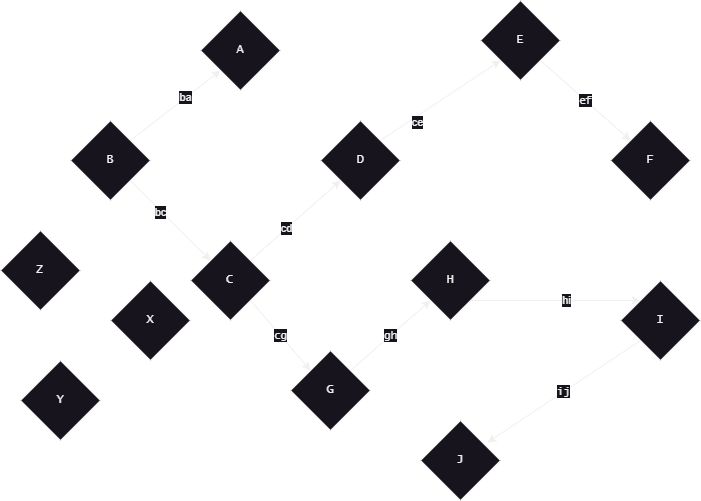
Earlier version of the draw.io export readme_src/sample_graph_arborescence.png (crane-9/cs260). Source tidied: cells renumbered, new cells last; positions are measured from the earlier drawing's top-left corner, leaving out a move shared by most shapes. The source it was exported from:
```xml
<mxGraphModel>
  <root>
    <mxCell id="0" />
    <mxCell id="1" parent="0" />
    <mxCell id="2" style="rounded=0;jettySize=auto;html=1;exitX=1;exitY=0;exitDx=0;exitDy=0;entryX=0;entryY=1;entryDx=0;entryDy=0;fontFamily=Lucida Console;strokeColor=default;" parent="1" edge="1" source="8" target="5">
      <mxGeometry relative="1" as="geometry" />
    </mxCell>
    <mxCell id="3" style="rounded=0;jettySize=auto;html=1;exitX=0;exitY=1;exitDx=0;exitDy=0;entryX=1;entryY=0;entryDx=0;entryDy=0;fontFamily=Lucida Console;strokeColor=none;" parent="1" edge="1" source="5" target="8">
      <mxGeometry relative="1" as="geometry" />
    </mxCell>
    <mxCell id="4" value="ba" style="edgeLabel;html=1;align=center;verticalAlign=middle;" parent="3" vertex="1">
      <mxGeometry x="-0.24" y="-1" relative="1" as="geometry" />
    </mxCell>
    <mxCell id="5" value="A" style="rhombus;whiteSpace=wrap;html=1;fontFamily=Lucida Console;" parent="1" vertex="1">
      <mxGeometry x="200" y="10" width="80" height="80" as="geometry" />
    </mxCell>
    <mxCell id="6" style="rounded=0;jettySize=auto;html=1;exitX=1;exitY=1;exitDx=0;exitDy=0;entryX=0;entryY=0;entryDx=0;entryDy=0;fontFamily=Lucida Console;" parent="1" edge="1" source="8" target="12">
      <mxGeometry relative="1" as="geometry" />
    </mxCell>
    <mxCell id="7" value="bc" style="edgeLabel;html=1;align=center;verticalAlign=middle;" parent="6" vertex="1">
      <mxGeometry x="-0.24" y="-1" relative="1" as="geometry" />
    </mxCell>
    <mxCell id="8" value="B" style="rhombus;whiteSpace=wrap;html=1;fontFamily=Lucida Console;" parent="1" vertex="1">
      <mxGeometry x="70" y="120" width="80" height="80" as="geometry" />
    </mxCell>
    <mxCell id="9" style="rounded=0;jettySize=auto;html=1;exitX=1;exitY=0;exitDx=0;exitDy=0;entryX=0;entryY=1;entryDx=0;entryDy=0;fontFamily=Lucida Console;" parent="1" edge="1" source="12" target="16">
      <mxGeometry relative="1" as="geometry" />
    </mxCell>
    <mxCell id="10" value="cd" style="edgeLabel;html=1;align=center;verticalAlign=middle;" parent="9" vertex="1">
      <mxGeometry x="-0.2" y="1" relative="1" as="geometry" />
    </mxCell>
    <mxCell id="11" value="cg" style="rounded=0;jettySize=auto;html=1;exitX=1;exitY=1;exitDx=0;exitDy=0;entryX=0;entryY=0;entryDx=0;entryDy=0;fontFamily=Lucida Console;" parent="1" edge="1" source="12" target="26">
      <mxGeometry relative="1" as="geometry" />
    </mxCell>
    <mxCell id="12" value="C" style="rhombus;whiteSpace=wrap;html=1;fontFamily=Lucida Console;" parent="1" vertex="1">
      <mxGeometry x="190" y="240" width="80" height="80" as="geometry" />
    </mxCell>
    <mxCell id="13" style="rounded=0;jettySize=auto;html=1;exitX=1;exitY=0;exitDx=0;exitDy=0;entryX=0;entryY=1;entryDx=0;entryDy=0;fontFamily=Lucida Console;" parent="1" edge="1" source="16" target="18">
      <mxGeometry relative="1" as="geometry" />
    </mxCell>
    <mxCell id="14" value="ce" style="edgeLabel;html=1;align=center;verticalAlign=middle;" parent="13" vertex="1">
      <mxGeometry x="-0.43" y="-5" relative="1" as="geometry" />
    </mxCell>
    <mxCell id="15" style="rounded=0;jettySize=auto;html=1;exitX=0;exitY=0;exitDx=0;exitDy=0;entryX=1;entryY=1;entryDx=0;entryDy=0;fontFamily=Lucida Console;strokeColor=none;" parent="1" edge="1" source="16" target="5">
      <mxGeometry relative="1" as="geometry" />
    </mxCell>
    <mxCell id="16" value="D" style="rhombus;whiteSpace=wrap;html=1;fontFamily=Lucida Console;" parent="1" vertex="1">
      <mxGeometry x="320" y="120" width="80" height="80" as="geometry" />
    </mxCell>
    <mxCell id="17" value="ef" style="rounded=0;jettySize=auto;html=1;exitX=1;exitY=1;exitDx=0;exitDy=0;entryX=0;entryY=0;entryDx=0;entryDy=0;fontFamily=Lucida Console;" parent="1" edge="1" source="18" target="19">
      <mxGeometry relative="1" as="geometry" />
    </mxCell>
    <mxCell id="18" value="E" style="rhombus;whiteSpace=wrap;html=1;fontFamily=Lucida Console;" parent="1" vertex="1">
      <mxGeometry x="480" width="80" height="80" as="geometry" />
    </mxCell>
    <mxCell id="19" value="F" style="rhombus;whiteSpace=wrap;html=1;fontFamily=Lucida Console;" parent="1" vertex="1">
      <mxGeometry x="610" y="120" width="80" height="80" as="geometry" />
    </mxCell>
    <mxCell id="20" style="rounded=0;jettySize=auto;html=1;exitX=0;exitY=1;exitDx=0;exitDy=0;entryX=1;entryY=0;entryDx=0;entryDy=0;strokeColor=none;" parent="1" edge="1" source="21" target="23">
      <mxGeometry relative="1" as="geometry" />
    </mxCell>
    <mxCell id="21" value="X" style="rhombus;whiteSpace=wrap;html=1;fontFamily=Lucida Console;" parent="1" vertex="1">
      <mxGeometry x="110" y="280" width="80" height="80" as="geometry" />
    </mxCell>
    <mxCell id="22" style="rounded=0;jettySize=auto;html=1;exitX=1;exitY=0;exitDx=0;exitDy=0;entryX=0;entryY=1;entryDx=0;entryDy=0;strokeColor=none;" parent="1" edge="1" source="23" target="21">
      <mxGeometry relative="1" as="geometry" />
    </mxCell>
    <mxCell id="23" value="Y" style="rhombus;whiteSpace=wrap;html=1;fontFamily=Lucida Console;" parent="1" vertex="1">
      <mxGeometry x="20" y="360" width="80" height="80" as="geometry" />
    </mxCell>
    <mxCell id="24" value="Z" style="rhombus;whiteSpace=wrap;html=1;fontFamily=Lucida Console;" parent="1" vertex="1">
      <mxGeometry y="230" width="80" height="80" as="geometry" />
    </mxCell>
    <mxCell id="25" value="gh" style="rounded=0;jettySize=auto;html=1;exitX=1;exitY=0;exitDx=0;exitDy=0;entryX=0;entryY=1;entryDx=0;entryDy=0;fontFamily=Lucida Console;" parent="1" edge="1" source="26" target="30">
      <mxGeometry relative="1" as="geometry" />
    </mxCell>
    <mxCell id="26" value="G" style="rhombus;whiteSpace=wrap;html=1;fontFamily=Lucida Console;" parent="1" vertex="1">
      <mxGeometry x="290" y="350" width="80" height="80" as="geometry" />
    </mxCell>
    <mxCell id="27" style="rounded=0;jettySize=auto;html=1;exitX=1;exitY=1;exitDx=0;exitDy=0;entryX=0;entryY=0;entryDx=0;entryDy=0;fontFamily=Lucida Console;" parent="1" edge="1" source="30" target="32">
      <mxGeometry relative="1" as="geometry" />
    </mxCell>
    <mxCell id="28" value="hi" style="edgeLabel;html=1;align=center;verticalAlign=middle;" parent="27" vertex="1">
      <mxGeometry x="0.12" y="1" relative="1" as="geometry" />
    </mxCell>
    <mxCell id="29" style="rounded=0;jettySize=auto;html=1;exitX=1;exitY=0;exitDx=0;exitDy=0;entryX=0;entryY=1;entryDx=0;entryDy=0;fontFamily=Lucida Console;strokeColor=none;" parent="1" edge="1" source="30" target="19">
      <mxGeometry relative="1" as="geometry" />
    </mxCell>
    <mxCell id="30" value="H" style="rhombus;whiteSpace=wrap;html=1;fontFamily=Lucida Console;" parent="1" vertex="1">
      <mxGeometry x="410" y="240" width="80" height="80" as="geometry" />
    </mxCell>
    <mxCell id="31" value="ij" style="rounded=0;jettySize=auto;html=1;exitX=0;exitY=1;exitDx=0;exitDy=0;entryX=0.838;entryY=0.275;entryDx=0;entryDy=0;entryPerimeter=0;fontFamily=Lucida Console;" parent="1" edge="1" source="32" target="34">
      <mxGeometry relative="1" as="geometry" />
    </mxCell>
    <mxCell id="32" value="I" style="rhombus;whiteSpace=wrap;html=1;fontFamily=Lucida Console;" parent="1" vertex="1">
      <mxGeometry x="620" y="280" width="80" height="80" as="geometry" />
    </mxCell>
    <mxCell id="33" style="rounded=0;jettySize=auto;html=1;exitX=0;exitY=0;exitDx=0;exitDy=0;entryX=0.5;entryY=1;entryDx=0;entryDy=0;fontFamily=Lucida Console;strokeColor=none;" parent="1" edge="1" source="34" target="30">
      <mxGeometry relative="1" as="geometry" />
    </mxCell>
    <mxCell id="34" value="J" style="rhombus;whiteSpace=wrap;html=1;fontFamily=Lucida Console;" parent="1" vertex="1">
      <mxGeometry x="420" y="420" width="80" height="80" as="geometry" />
    </mxCell>
  </root>
</mxGraphModel>
```
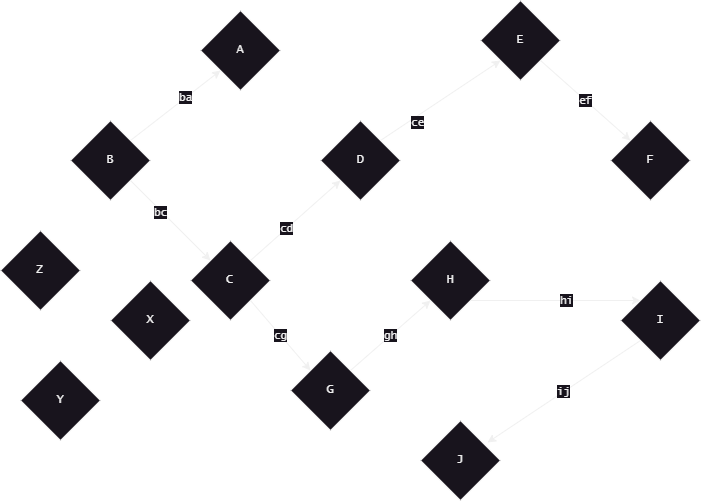
Later version of the same file.

Diff of the diagram source:
```diff
@@ -8,7 +8,7 @@
     <mxCell id="3" style="rounded=0;jettySize=auto;html=1;exitX=0;exitY=1;exitDx=0;exitDy=0;entryX=1;entryY=0;entryDx=0;entryDy=0;fontFamily=Lucida Console;strokeColor=none;" parent="1" edge="1" source="5" target="8">
       <mxGeometry relative="1" as="geometry" />
     </mxCell>
-    <mxCell id="4" value="ba" style="edgeLabel;html=1;align=center;verticalAlign=middle;" parent="3" vertex="1">
+    <mxCell id="4" value="ba" style="edgeLabel;html=1;align=center;verticalAlign=middle;fontFamily=Lucida Console;" parent="3" vertex="1">
       <mxGeometry x="-0.24" y="-1" relative="1" as="geometry" />
     </mxCell>
     <mxCell id="5" value="A" style="rhombus;whiteSpace=wrap;html=1;fontFamily=Lucida Console;" parent="1" vertex="1">
@@ -17,7 +17,7 @@
     <mxCell id="6" style="rounded=0;jettySize=auto;html=1;exitX=1;exitY=1;exitDx=0;exitDy=0;entryX=0;entryY=0;entryDx=0;entryDy=0;fontFamily=Lucida Console;" parent="1" edge="1" source="8" target="12">
       <mxGeometry relative="1" as="geometry" />
     </mxCell>
-    <mxCell id="7" value="bc" style="edgeLabel;html=1;align=center;verticalAlign=middle;" parent="6" vertex="1">
+    <mxCell id="7" value="bc" style="edgeLabel;html=1;align=center;verticalAlign=middle;fontFamily=Lucida Console;" parent="6" vertex="1">
       <mxGeometry x="-0.24" y="-1" relative="1" as="geometry" />
     </mxCell>
     <mxCell id="8" value="B" style="rhombus;whiteSpace=wrap;html=1;fontFamily=Lucida Console;" parent="1" vertex="1">
@@ -26,7 +26,7 @@
     <mxCell id="9" style="rounded=0;jettySize=auto;html=1;exitX=1;exitY=0;exitDx=0;exitDy=0;entryX=0;entryY=1;entryDx=0;entryDy=0;fontFamily=Lucida Console;" parent="1" edge="1" source="12" target="16">
       <mxGeometry relative="1" as="geometry" />
     </mxCell>
-    <mxCell id="10" value="cd" style="edgeLabel;html=1;align=center;verticalAlign=middle;" parent="9" vertex="1">
+    <mxCell id="10" value="cd" style="edgeLabel;html=1;align=center;verticalAlign=middle;fontFamily=Lucida Console;" parent="9" vertex="1">
       <mxGeometry x="-0.2" y="1" relative="1" as="geometry" />
     </mxCell>
     <mxCell id="11" value="cg" style="rounded=0;jettySize=auto;html=1;exitX=1;exitY=1;exitDx=0;exitDy=0;entryX=0;entryY=0;entryDx=0;entryDy=0;fontFamily=Lucida Console;" parent="1" edge="1" source="12" target="26">
@@ -38,7 +38,7 @@
     <mxCell id="13" style="rounded=0;jettySize=auto;html=1;exitX=1;exitY=0;exitDx=0;exitDy=0;entryX=0;entryY=1;entryDx=0;entryDy=0;fontFamily=Lucida Console;" parent="1" edge="1" source="16" target="18">
       <mxGeometry relative="1" as="geometry" />
     </mxCell>
-    <mxCell id="14" value="ce" style="edgeLabel;html=1;align=center;verticalAlign=middle;" parent="13" vertex="1">
+    <mxCell id="14" value="ce" style="edgeLabel;html=1;align=center;verticalAlign=middle;fontFamily=Lucida Console;" parent="13" vertex="1">
       <mxGeometry x="-0.43" y="-5" relative="1" as="geometry" />
     </mxCell>
     <mxCell id="15" style="rounded=0;jettySize=auto;html=1;exitX=0;exitY=0;exitDx=0;exitDy=0;entryX=1;entryY=1;entryDx=0;entryDy=0;fontFamily=Lucida Console;strokeColor=none;" parent="1" edge="1" source="16" target="5">
@@ -56,13 +56,13 @@
     <mxCell id="19" value="F" style="rhombus;whiteSpace=wrap;html=1;fontFamily=Lucida Console;" parent="1" vertex="1">
       <mxGeometry x="610" y="120" width="80" height="80" as="geometry" />
     </mxCell>
-    <mxCell id="20" style="rounded=0;jettySize=auto;html=1;exitX=0;exitY=1;exitDx=0;exitDy=0;entryX=1;entryY=0;entryDx=0;entryDy=0;strokeColor=none;" parent="1" edge="1" source="21" target="23">
+    <mxCell id="20" style="rounded=0;jettySize=auto;html=1;exitX=0;exitY=1;exitDx=0;exitDy=0;entryX=1;entryY=0;entryDx=0;entryDy=0;strokeColor=none;fontFamily=Lucida Console;" parent="1" edge="1" source="21" target="23">
       <mxGeometry relative="1" as="geometry" />
     </mxCell>
     <mxCell id="21" value="X" style="rhombus;whiteSpace=wrap;html=1;fontFamily=Lucida Console;" parent="1" vertex="1">
       <mxGeometry x="110" y="280" width="80" height="80" as="geometry" />
     </mxCell>
-    <mxCell id="22" style="rounded=0;jettySize=auto;html=1;exitX=1;exitY=0;exitDx=0;exitDy=0;entryX=0;entryY=1;entryDx=0;entryDy=0;strokeColor=none;" parent="1" edge="1" source="23" target="21">
+    <mxCell id="22" style="rounded=0;jettySize=auto;html=1;exitX=1;exitY=0;exitDx=0;exitDy=0;entryX=0;entryY=1;entryDx=0;entryDy=0;strokeColor=none;fontFamily=Lucida Console;" parent="1" edge="1" source="23" target="21">
       <mxGeometry relative="1" as="geometry" />
     </mxCell>
     <mxCell id="23" value="Y" style="rhombus;whiteSpace=wrap;html=1;fontFamily=Lucida Console;" parent="1" vertex="1">
@@ -80,7 +80,7 @@
     <mxCell id="27" style="rounded=0;jettySize=auto;html=1;exitX=1;exitY=1;exitDx=0;exitDy=0;entryX=0;entryY=0;entryDx=0;entryDy=0;fontFamily=Lucida Console;" parent="1" edge="1" source="30" target="32">
       <mxGeometry relative="1" as="geometry" />
     </mxCell>
-    <mxCell id="28" value="hi" style="edgeLabel;html=1;align=center;verticalAlign=middle;" parent="27" vertex="1">
+    <mxCell id="28" value="hi" style="edgeLabel;html=1;align=center;verticalAlign=middle;fontFamily=Lucida Console;" parent="27" vertex="1">
       <mxGeometry x="0.12" y="1" relative="1" as="geometry" />
     </mxCell>
     <mxCell id="29" style="rounded=0;jettySize=auto;html=1;exitX=1;exitY=0;exitDx=0;exitDy=0;entryX=0;entryY=1;entryDx=0;entryDy=0;fontFamily=Lucida Console;strokeColor=none;" parent="1" edge="1" source="30" target="19">
```
